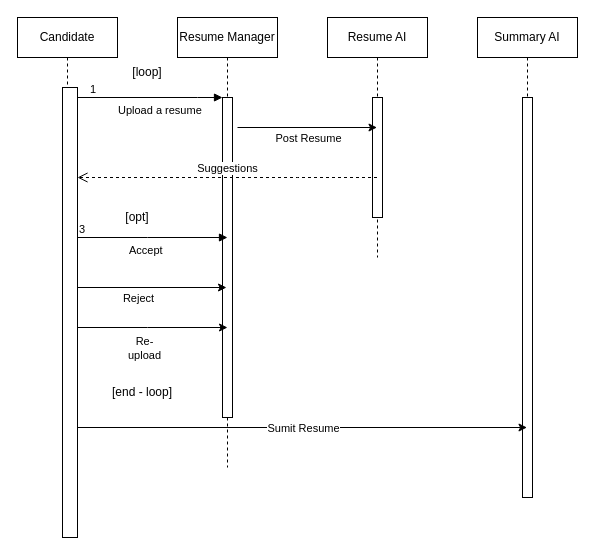
Before: Usecases/RawImages/Candidate-submission.drawio in SK11GS/Builders-Glitch, a draw.io diagram. Source tidied: cells renumbered, new cells numbered last; positions are measured from the earlier drawing's top-left corner, leaving out a move shared by most shapes. Both pictures are drawn from the tidied source at 100%, with x=0, y=0 at pixel (17, 17).
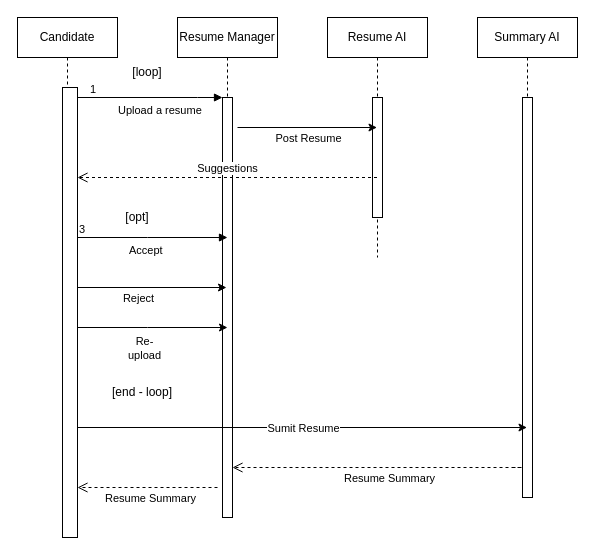
The same diagram, later.

Diff of the diagram source:
```diff
@@
     <mxCell id="4" value="Resume Manager" style="shape=umlLifeline;perimeter=lifelinePerimeter;whiteSpace=wrap;html=1;newEdgeStyle={&quot;edgeStyle&quot;:&quot;elbowEdgeStyle&quot;,&quot;elbow&quot;:&quot;vertical&quot;,&quot;curved&quot;:0,&quot;rounded&quot;:0};" parent="1" vertex="1">
-      <mxGeometry x="160" width="100" height="450" as="geometry" />
+      <mxGeometry x="160" width="100" height="500" as="geometry" />
     </mxCell>
     <mxCell id="5" style="html=1;points=[];perimeter=orthogonalPerimeter;outlineConnect=0;targetShapes=umlLifeline;portConstraint=eastwest;newEdgeStyle={&quot;edgeStyle&quot;:&quot;elbowEdgeStyle&quot;,&quot;elbow&quot;:&quot;vertical&quot;,&quot;curved&quot;:0,&quot;rounded&quot;:0};" parent="4" vertex="1">
-      <mxGeometry x="45" y="80" width="10" height="320" as="geometry" />
+      <mxGeometry x="45" y="80" width="10" height="420" as="geometry" />
     </mxCell>
@@
+    <mxCell id="26" value="Resume Summary" style="html=1;verticalAlign=bottom;endArrow=open;dashed=1;endSize=8;curved=0;rounded=0;" parent="1" edge="1">
+      <mxGeometry x="-0.05" y="20" relative="1" as="geometry">
+        <mxPoint x="495" y="450" as="sourcePoint" />
+        <mxPoint x="215" y="450" as="targetPoint" />
+        <Array as="points">
+          <mxPoint x="505" y="450" />
+        </Array>
+      </mxGeometry>
+    </mxCell>
+    <mxCell id="27" value="Resume Summary" style="html=1;verticalAlign=bottom;endArrow=open;dashed=1;endSize=8;curved=0;rounded=0;" parent="1" edge="1">
+      <mxGeometry x="-0.05" y="20" relative="1" as="geometry">
+        <mxPoint x="200" y="470" as="sourcePoint" />
+        <mxPoint x="60" y="470" as="targetPoint" />
+      </mxGeometry>
+    </mxCell>
```
